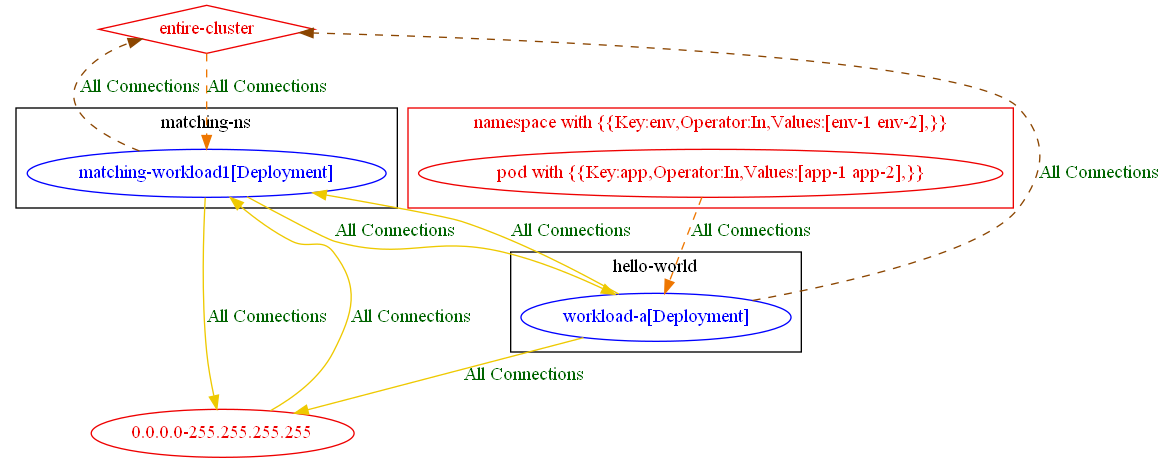
Before: test_outputs/connlist/exposure_test_with_match_expression_in_op_with_matching_pod_exposure_output.dot.png, a diagram exported from Graphviz (np-guard/netpol-analyzer). Its source is kept beside it as test_outputs/connlist/exposure_test_with_match_expression_in_op_with_matching_pod_exposure_output.dot.
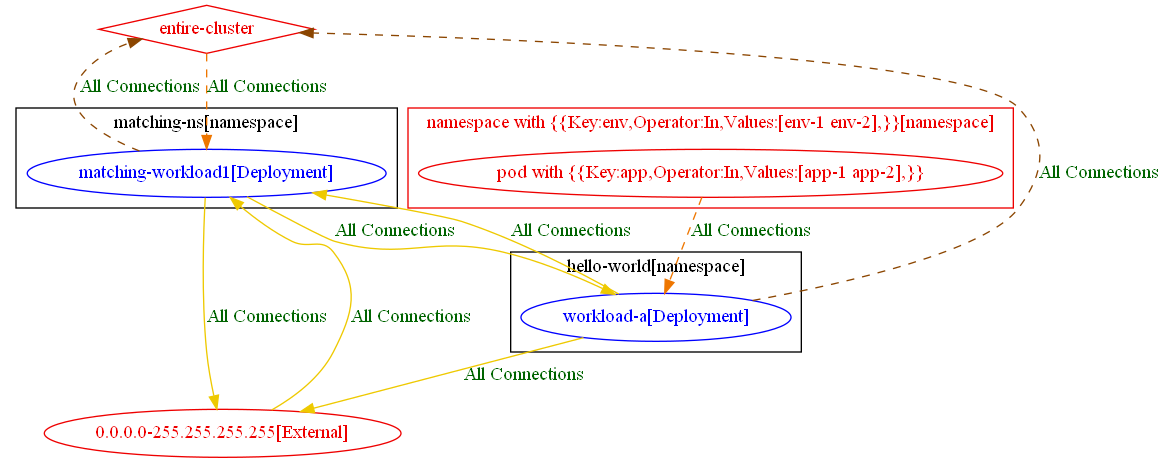
Later version of the same file.

The edit, as a diff of the source:
```diff
@@ -1,30 +1,30 @@
 digraph {
-	subgraph "cluster_hello_world" {
+	subgraph "cluster_hello_world[namespace]" {
 		color="black"
 		fontcolor="black"
 		"hello-world/workload-a[Deployment]" [label="workload-a[Deployment]" color="blue" fontcolor="blue"]
-		label="hello-world"
+		label="hello-world[namespace]"
 	}
-	subgraph "cluster_matching_ns" {
+	subgraph "cluster_matching_ns[namespace]" {
 		color="black"
 		fontcolor="black"
 		"matching-ns/matching-workload1[Deployment]" [label="matching-workload1[Deployment]" color="blue" fontcolor="blue"]
-		label="matching-ns"
+		label="matching-ns[namespace]"
 	}
-	subgraph "cluster_namespace with {{Key:env,Operator:In,Values:[env_1 env_2],}}" {
+	subgraph "cluster_namespace with {{Key:env,Operator:In,Values:[env_1 env_2],}}[namespace]" {
 		color="red2"
 		fontcolor="red2"
 		"pod with {{Key:app,Operator:In,Values:[app-1 app-2],}}_in_namespace with {{Key:env,Operator:In,Values:[env-1 env-2],}}" [label="pod with {{Key:app,Operator:In,Values:[app-1 app-2],}}" color="red2" fontcolor="red2"]
-		label="namespace with {{Key:env,Operator:In,Values:[env-1 env-2],}}"
+		label="namespace with {{Key:env,Operator:In,Values:[env-1 env-2],}}[namespace]"
 	}
-	"0.0.0.0-255.255.255.255" [label="0.0.0.0-255.255.255.255" color="red2" fontcolor="red2"]
+	"0.0.0.0-255.255.255.255[External]" [label="0.0.0.0-255.255.255.255[External]" color="red2" fontcolor="red2"]
 	"entire-cluster" [label="entire-cluster" color="red2" fontcolor="red2" shape=diamond]
-	"0.0.0.0-255.255.255.255" -> "matching-ns/matching-workload1[Deployment]" [label="All Connections" color="gold2" fontcolor="darkgreen" weight=0.5]
+	"0.0.0.0-255.255.255.255[External]" -> "matching-ns/matching-workload1[Deployment]" [label="All Connections" color="gold2" fontcolor="darkgreen" weight=0.5]
 	"entire-cluster" -> "matching-ns/matching-workload1[Deployment]" [label="All Connections" color="darkorange2" fontcolor="darkgreen" weight=1 style=dashed]
-	"hello-world/workload-a[Deployment]" -> "0.0.0.0-255.255.255.255" [label="All Connections" color="gold2" fontcolor="darkgreen" weight=1]
+	"hello-world/workload-a[Deployment]" -> "0.0.0.0-255.255.255.255[External]" [label="All Connections" color="gold2" fontcolor="darkgreen" weight=1]
 	"hello-world/workload-a[Deployment]" -> "entire-cluster" [label="All Connections" color="darkorange4" fontcolor="darkgreen" weight=0.5 style=dashed]
 	"hello-world/workload-a[Deployment]" -> "matching-ns/matching-workload1[Deployment]" [label="All Connections" color="gold2" fontcolor="darkgreen" weight=0.5]
-	"matching-ns/matching-workload1[Deployment]" -> "0.0.0.0-255.255.255.255" [label="All Connections" color="gold2" fontcolor="darkgreen" weight=1]
+	"matching-ns/matching-workload1[Deployment]" -> "0.0.0.0-255.255.255.255[External]" [label="All Connections" color="gold2" fontcolor="darkgreen" weight=1]
 	"matching-ns/matching-workload1[Deployment]" -> "entire-cluster" [label="All Connections" color="darkorange4" fontcolor="darkgreen" weight=0.5 style=dashed]
 	"matching-ns/matching-workload1[Deployment]" -> "hello-world/workload-a[Deployment]" [label="All Connections" color="gold2" fontcolor="darkgreen" weight=1]
 	"pod with {{Key:app,Operator:In,Values:[app-1 app-2],}}_in_namespace with {{Key:env,Operator:In,Values:[env-1 env-2],}}" -> "hello-world/workload-a[Deployment]" [label="All Connections" color="darkorange2" fontcolor="darkgreen" weight=1 style=dashed]
```
